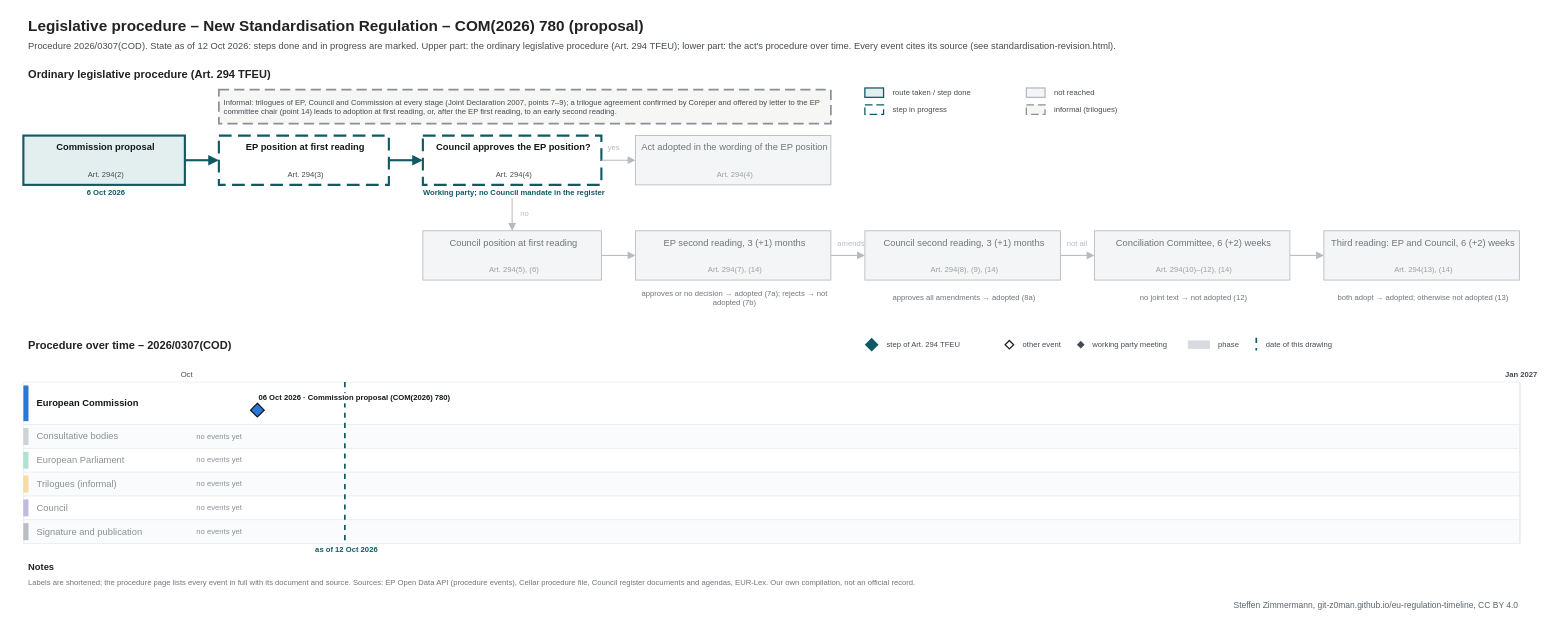
Before: procedures/standardisation-revision.drawio in git-z0man/eu-regulation-timeline, a draw.io diagram. Source tidied: cells renumbered, new cells numbered last; positions are measured from the earlier drawing's top-left corner, leaving out a move shared by most shapes. Both pictures are drawn from the tidied source at 85%, with x=0, y=0 at pixel (14, 14).
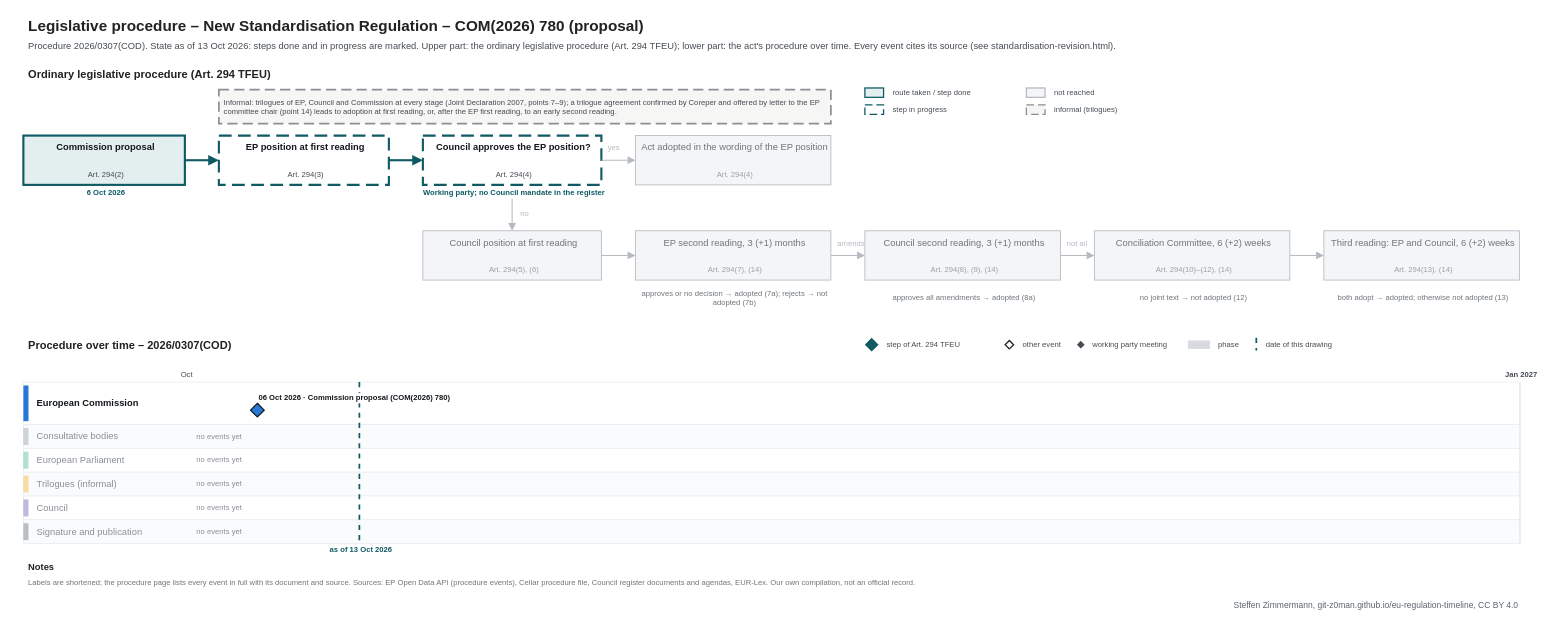
Above is the later version.

Diff of the diagram source:
```diff
@@
-    <mxCell id="3" value="Procedure 2026/0307(COD). State as of 12 Oct 2026: steps done and in progress are marked. Upper part: the ordinary legislative procedure (Art. 294 TFEU); lower part: the act's procedure over time. Every event cites its source (see standardisation-revision.html)." style="text;html=1;fontSize=11;fontColor=#454c53;align=left;verticalAlign=middle;spacingLeft=4;" parent="1" vertex="1">
+    <mxCell id="3" value="Procedure 2026/0307(COD). State as of 13 Oct 2026: steps done and in progress are marked. Upper part: the ordinary legislative procedure (Art. 294 TFEU); lower part: the act's procedure over time. Every event cites its source (see standardisation-revision.html)." style="text;html=1;fontSize=11;fontColor=#454c53;align=left;verticalAlign=middle;spacingLeft=4;" parent="1" vertex="1">
       <mxGeometry x="10" y="28" width="1700" height="18" as="geometry" />
     </mxCell>
@@
     <mxCell id="100" style="line;html=1;strokeWidth=2;strokeColor=#0f5a63;direction=south;dashed=1;" parent="1" vertex="1">
-      <mxGeometry x="387.7" y="432" width="1" height="190" as="geometry" />
+      <mxGeometry x="404.8" y="432" width="1" height="190" as="geometry" />
     </mxCell>
-    <mxCell id="101" value="as of 12 Oct 2026" style="text;html=1;fontSize=9;fontColor=#0f5a63;align=center;verticalAlign=middle;spacingLeft=4;fontStyle=1;" parent="1" vertex="1">
-      <mxGeometry x="327.7" y="623" width="120" height="12" as="geometry" />
+    <mxCell id="101" value="as of 13 Oct 2026" style="text;html=1;fontSize=9;fontColor=#0f5a63;align=center;verticalAlign=middle;spacingLeft=4;fontStyle=1;" parent="1" vertex="1">
+      <mxGeometry x="344.8" y="623" width="120" height="12" as="geometry" />
     </mxCell>
```
